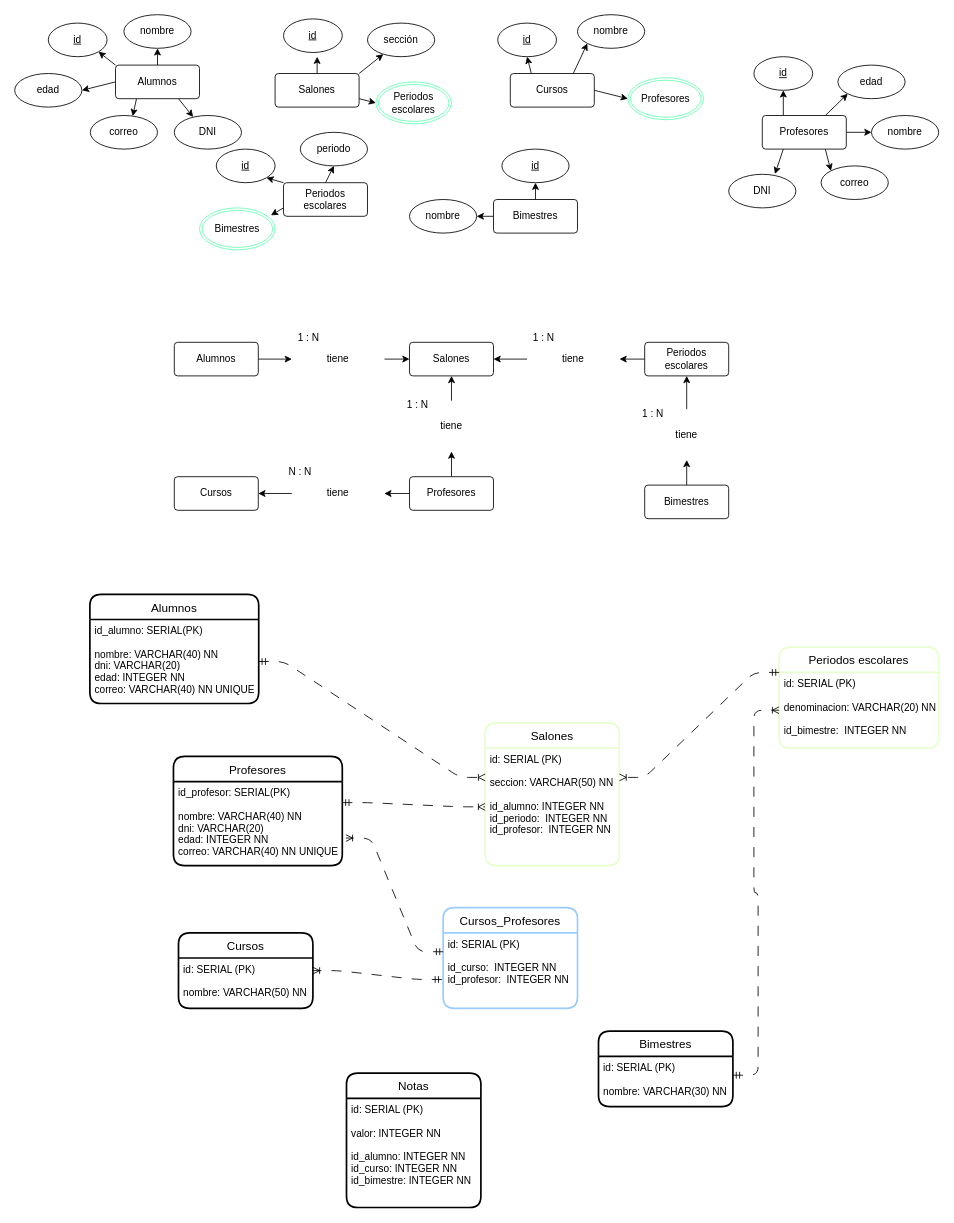
Before: Hackaton06/mrodriguez/sql/mer.drawio in rpinedaec83/pachaBack, a draw.io diagram. Source tidied: cells renumbered, new cells numbered last; positions are measured from the earlier drawing's top-left corner, leaving out a move shared by most shapes. Both pictures are drawn from the tidied source at 84%, with x=0, y=0 at pixel (14, 14).
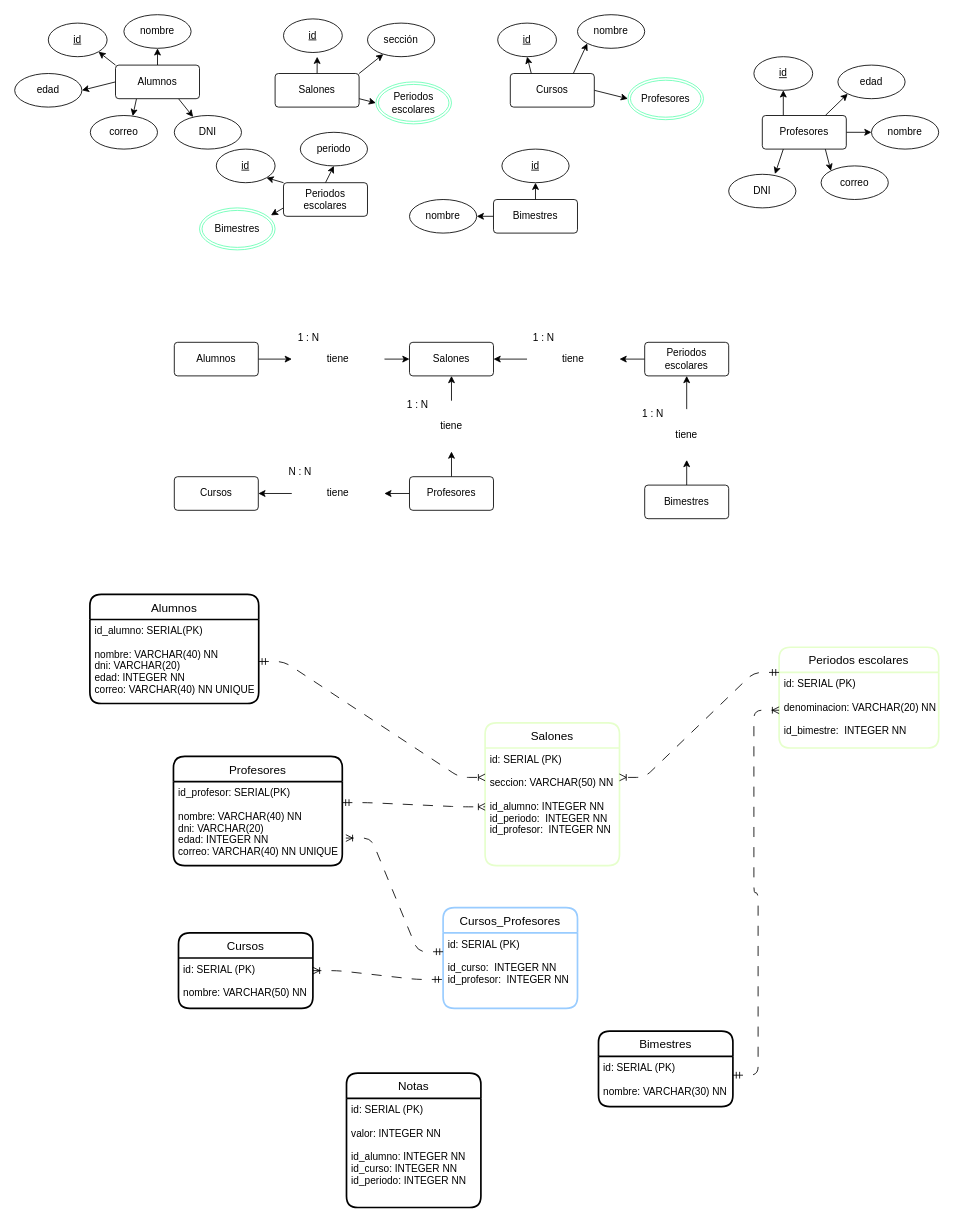
After the change.

The change refers to these unchanged cells:
```xml
<mxCell id="96" value="Notas" style="swimlane;horizontal=1;startSize=30;rounded=1;fontSize=14;fontStyle=0;strokeWidth=2;shadow=0;dashed=0;align=center;" parent="1" vertex="1">
  <mxGeometry x="395" y="1260" width="160" height="160" as="geometry" />
</mxCell>
```

What changed in the source:
```diff
@@
-    <mxCell id="97" value="id: SERIAL (PK)&#10;&#10;valor: INTEGER NN&#10;&#10;id_alumno: INTEGER NN&#10;id_curso: INTEGER NN&#10;id_bimestre: INTEGER NN&#10;&#10;" style="align=left;strokeColor=none;fillColor=none;spacingLeft=4;fontSize=12;verticalAlign=top;" parent="96" vertex="1">
+    <mxCell id="97" value="id: SERIAL (PK)&#10;&#10;valor: INTEGER NN&#10;&#10;id_alumno: INTEGER NN&#10;id_curso: INTEGER NN&#10;id_periodo: INTEGER NN&#10;&#10;" style="align=left;strokeColor=none;fillColor=none;spacingLeft=4;fontSize=12;verticalAlign=top;" parent="96" vertex="1">
       <mxGeometry y="30" width="160" height="130" as="geometry" />
     </mxCell>
```
